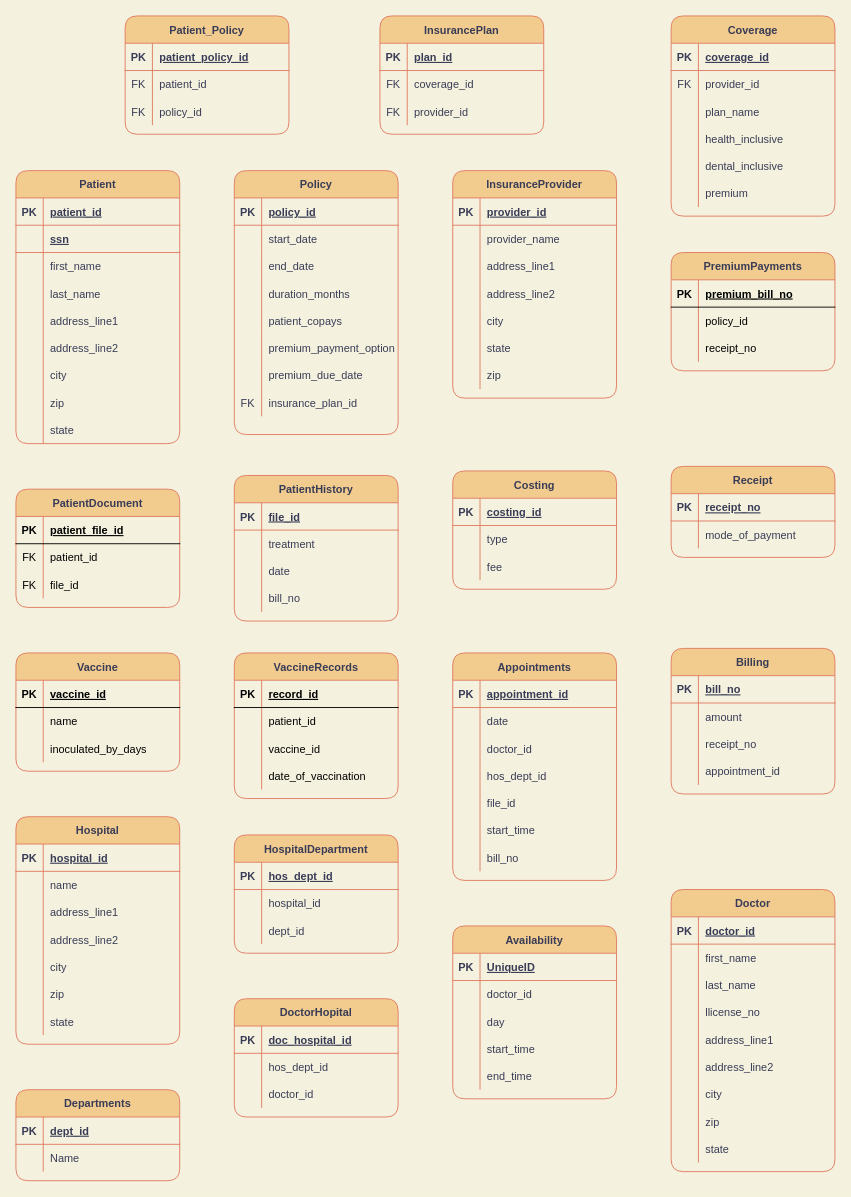
Earlier version of the draw.io diagram Untitled Diagram.drawio (pranotidhabu/java-practice). Source tidied: cells renumbered, new cells numbered last; positions are measured from the earlier drawing's top-left corner, leaving out a move shared by most shapes. Both pictures are drawn from the tidied source at 91%, with x=0, y=0 at pixel (15, 15).
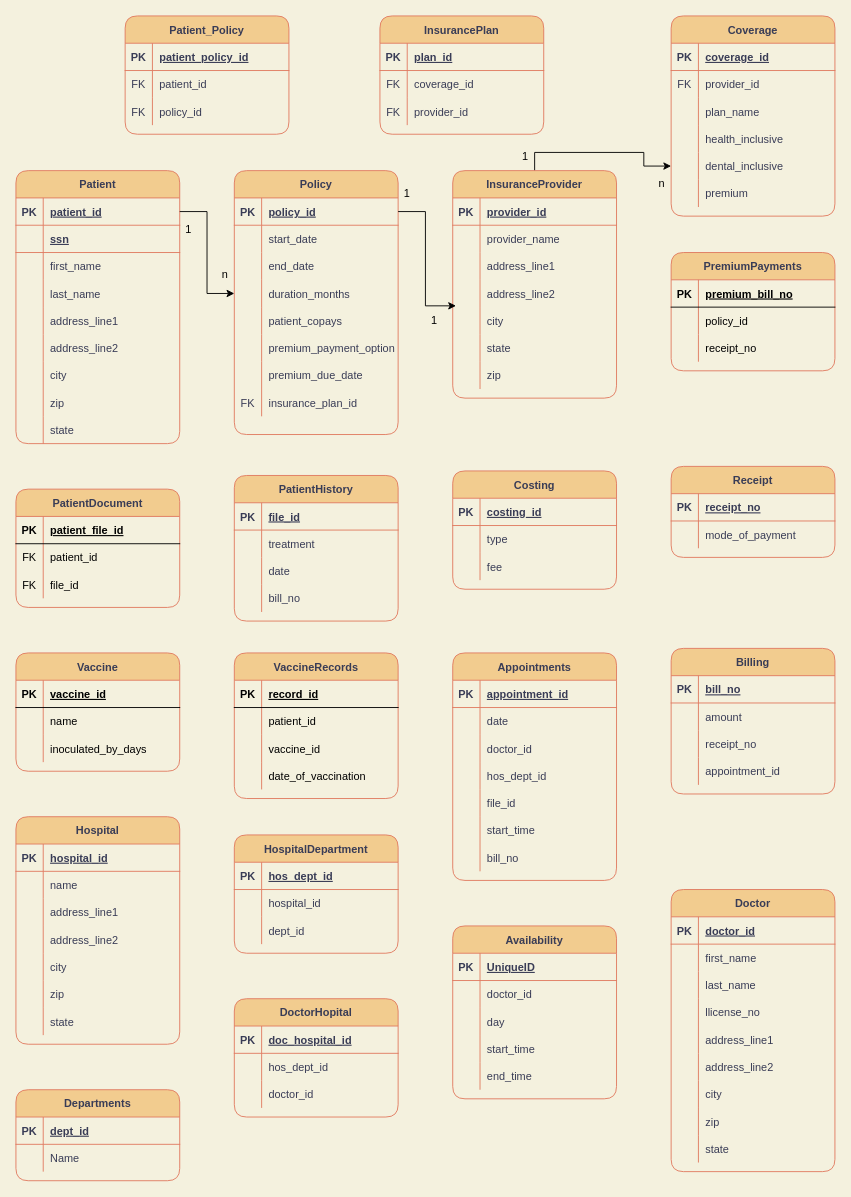
The same page after the edit.

Commit message:
DMDD_ERD

The change refers to these unchanged cells:
```xml
<mxCell id="3" style="shape=tableRow;horizontal=0;startSize=0;swimlaneHead=0;swimlaneBody=0;fillColor=none;points=[[0,0.5],[1,0.5]];portConstraint=eastwest;top=0;left=0;right=0;bottom=1;strokeColor=#E07A5F;fontColor=#393C56;rounded=1;" parent="2" vertex="1">
  <mxGeometry y="30" width="180" height="30" as="geometry" />
</mxCell>
<mxCell id="41" style="shape=tableRow;horizontal=0;startSize=0;swimlaneHead=0;swimlaneBody=0;fillColor=none;points=[[0,0.5],[1,0.5]];portConstraint=eastwest;top=0;left=0;right=0;bottom=1;rounded=1;sketch=0;fontColor=#393C56;strokeColor=#E07A5F;" parent="40" vertex="1">
  <mxGeometry y="30" width="180" height="30" as="geometry" />
</mxCell>
<mxCell id="50" style="shape=tableRow;horizontal=0;startSize=0;swimlaneHead=0;swimlaneBody=0;fillColor=none;points=[[0,0.5],[1,0.5]];portConstraint=eastwest;top=0;left=0;right=0;bottom=0;rounded=1;sketch=0;fontColor=#393C56;strokeColor=#E07A5F;" parent="40" vertex="1">
  <mxGeometry y="120" width="180" height="30" as="geometry" />
</mxCell>
<mxCell id="88" style="shape=tableRow;horizontal=0;startSize=0;swimlaneHead=0;swimlaneBody=0;fillColor=none;points=[[0,0.5],[1,0.5]];portConstraint=eastwest;top=0;left=0;right=0;bottom=0;rounded=1;sketch=0;fontColor=#393C56;strokeColor=#E07A5F;" parent="75" vertex="1">
  <mxGeometry y="150" width="180" height="30" as="geometry" />
</mxCell>
<mxCell id="94" value="InsuranceProvider" style="shape=table;startSize=30;childLayout=tableLayout;rowLines=0;fontStyle=1;align=center;rounded=1;sketch=0;fontColor=#393C56;strokeColor=#E07A5F;fillColor=#F2CC8F;" parent="1" vertex="1">
  <mxGeometry x="480" y="170" width="180" height="250" as="geometry" />
</mxCell>
<mxCell id="107" style="shape=tableRow;horizontal=0;startSize=0;swimlaneHead=0;swimlaneBody=0;fillColor=none;points=[[0,0.5],[1,0.5]];portConstraint=eastwest;top=0;left=0;right=0;bottom=0;rounded=1;sketch=0;fontColor=#393C56;strokeColor=#E07A5F;" parent="94" vertex="1">
  <mxGeometry y="150" width="180" height="30" as="geometry" />
</mxCell>
```

The edit, as a diff of the source:
```diff
@@
+    <mxCell id="317" style="edgeStyle=orthogonalEdgeStyle;rounded=0;jettySize=auto;html=1;exitX=0.5;exitY=0;exitDx=0;exitDy=0;entryX=0;entryY=0.5;entryDx=0;entryDy=0;" parent="1" edge="1" source="94" target="88">
+      <mxGeometry relative="1" as="geometry" />
+    </mxCell>
@@
+    <mxCell id="318" style="edgeStyle=orthogonalEdgeStyle;rounded=0;jettySize=auto;html=1;exitX=1;exitY=0.5;exitDx=0;exitDy=0;" parent="1" edge="1" source="3" target="50">
+      <mxGeometry relative="1" as="geometry" />
+    </mxCell>
+    <mxCell id="319" value="1" style="text;html=1;strokeColor=none;fillColor=none;align=center;verticalAlign=middle;whiteSpace=wrap;rounded=0;" parent="1" vertex="1">
+      <mxGeometry x="180" y="220" width="20" height="30" as="geometry" />
+    </mxCell>
+    <mxCell id="320" value="n" style="text;html=1;strokeColor=none;fillColor=none;align=center;verticalAlign=middle;whiteSpace=wrap;rounded=0;" parent="1" vertex="1">
+      <mxGeometry x="220" y="270" width="20" height="30" as="geometry" />
+    </mxCell>
+    <mxCell id="321" style="edgeStyle=orthogonalEdgeStyle;rounded=0;jettySize=auto;html=1;exitX=1;exitY=0.5;exitDx=0;exitDy=0;entryX=0.02;entryY=-0.047;entryDx=0;entryDy=0;entryPerimeter=0;" parent="1" edge="1" source="41" target="107">
+      <mxGeometry relative="1" as="geometry" />
+    </mxCell>
+    <mxCell id="322" value="1" style="text;html=1;strokeColor=none;fillColor=none;align=center;verticalAlign=middle;whiteSpace=wrap;rounded=0;" parent="1" vertex="1">
+      <mxGeometry x="420" y="180" width="20" height="30" as="geometry" />
+    </mxCell>
+    <mxCell id="323" value="1" style="text;html=1;strokeColor=none;fillColor=none;align=center;verticalAlign=middle;whiteSpace=wrap;rounded=0;" parent="1" vertex="1">
+      <mxGeometry x="450" y="320" width="20" height="30" as="geometry" />
+    </mxCell>
+    <mxCell id="324" value="1" style="text;html=1;strokeColor=none;fillColor=none;align=center;verticalAlign=middle;whiteSpace=wrap;rounded=0;" parent="1" vertex="1">
+      <mxGeometry x="550" y="140" width="20" height="30" as="geometry" />
+    </mxCell>
+    <mxCell id="325" value="n" style="text;html=1;strokeColor=none;fillColor=none;align=center;verticalAlign=middle;whiteSpace=wrap;rounded=0;" parent="1" vertex="1">
+      <mxGeometry x="700" y="170" width="20" height="30" as="geometry" />
+    </mxCell>
```
